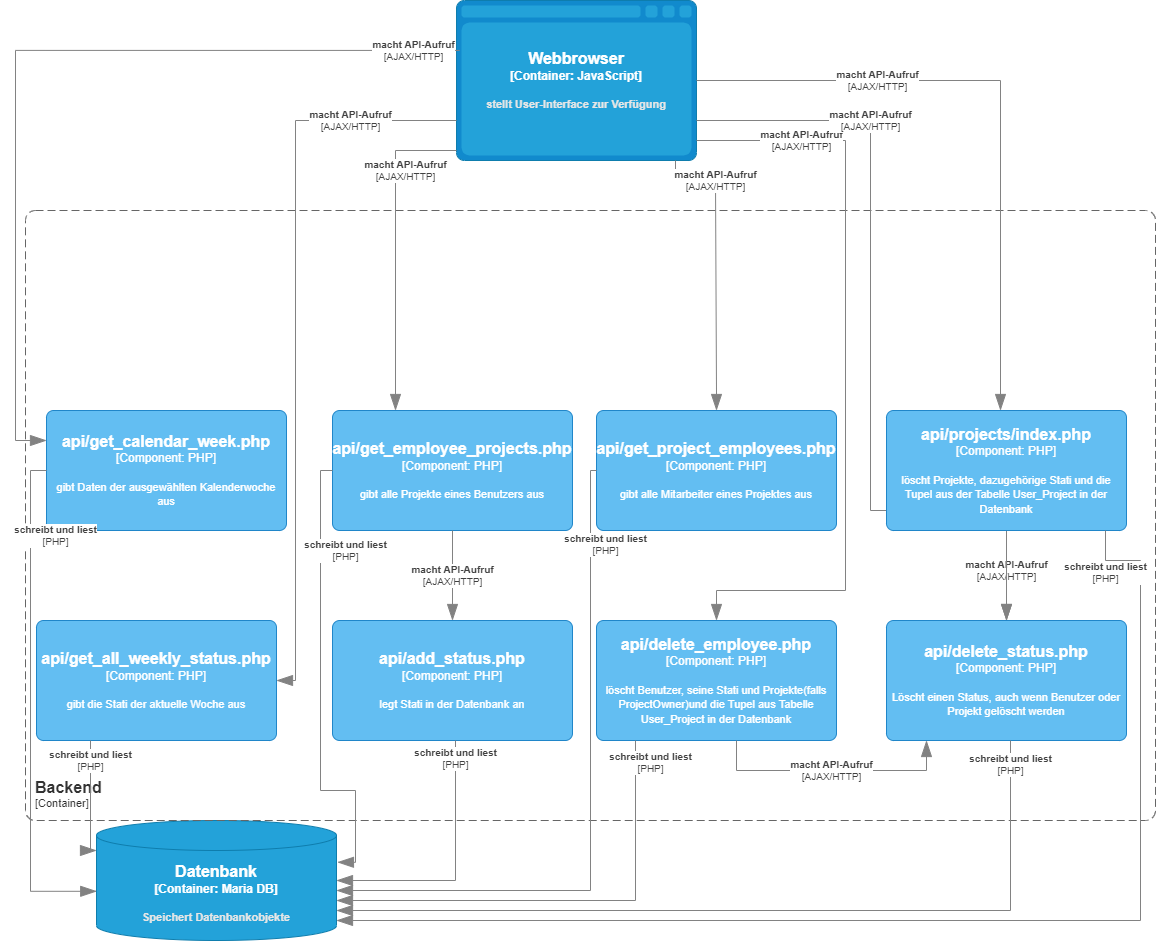
Above: docs/architecture/images/c4 3 schicht.png in PowerOfCreation/E1Ressourcenverwaltung (draw.io), before the change. Source tidied: cells renumbered, new cells last; positions are measured from the earlier drawing's top-left corner, leaving out a move shared by most shapes.
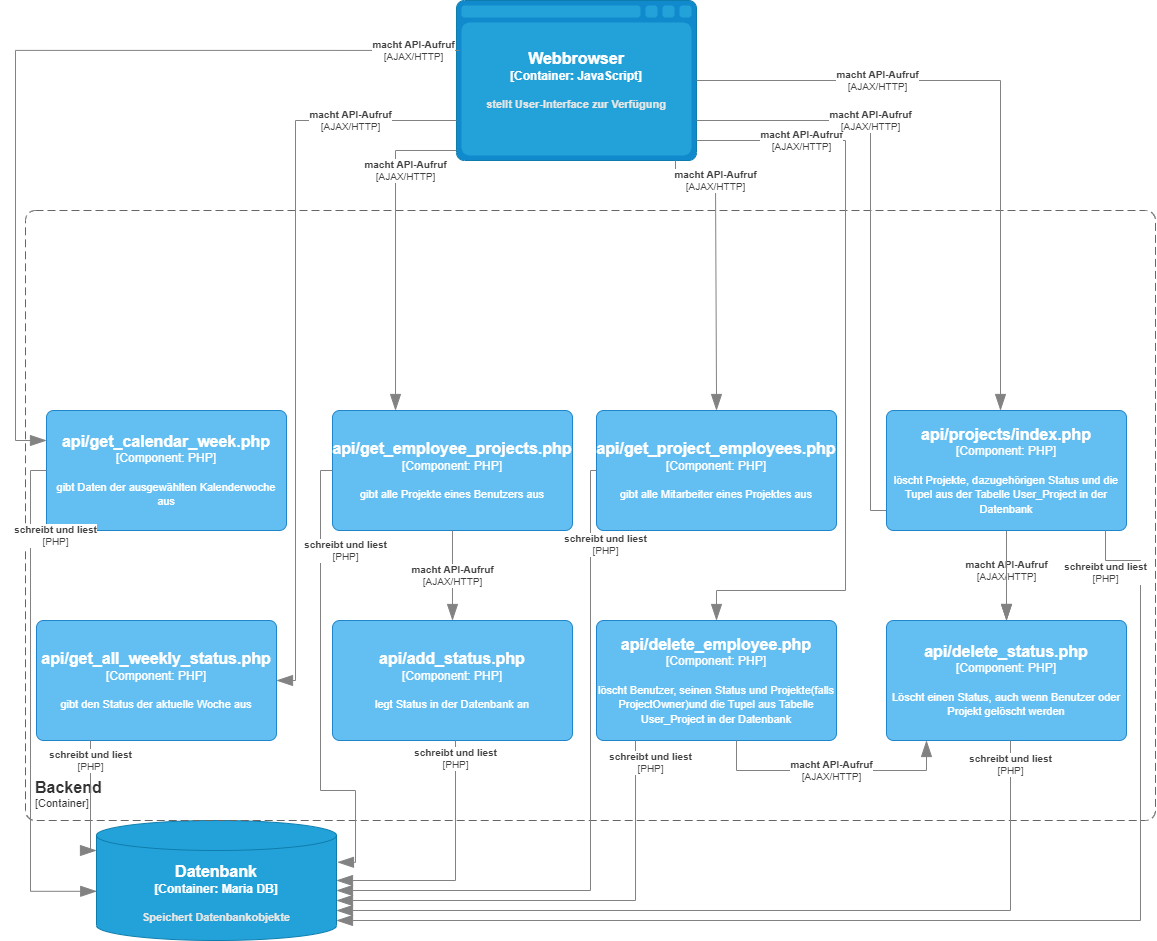
The same diagram one commit later.

Diff of the diagram source:
```diff
@@ -36,17 +36,17 @@
         <mxGeometry x="31" y="410" width="240" height="120" as="geometry" />
       </mxCell>
     </object>
-    <object id="8" label="&lt;font style=&quot;font-size: 16px&quot;&gt;&lt;b&gt;%c4Name%&lt;/b&gt;&lt;/font&gt;&lt;div&gt;[%c4Type%: %c4Technology%]&lt;/div&gt;&lt;br&gt;&lt;div&gt;&lt;font style=&quot;font-size: 11px&quot;&gt;%c4Description%&lt;/font&gt;&lt;/div&gt;" c4Description="gibt die Stati der aktuelle Woche aus" c4Name="api/get_all_weekly_status.php&#10;" c4Technology="PHP" c4Type="Component" placeholders="1">
+    <object id="8" label="&lt;font style=&quot;font-size: 16px&quot;&gt;&lt;b&gt;%c4Name%&lt;/b&gt;&lt;/font&gt;&lt;div&gt;[%c4Type%: %c4Technology%]&lt;/div&gt;&lt;br&gt;&lt;div&gt;&lt;font style=&quot;font-size: 11px&quot;&gt;%c4Description%&lt;/font&gt;&lt;/div&gt;" c4Description="gibt den Status der aktuelle Woche aus" c4Name="api/get_all_weekly_status.php&#10;" c4Technology="PHP" c4Type="Component" placeholders="1">
       <mxCell style="rounded=1;whiteSpace=wrap;html=1;labelBackgroundColor=none;fillColor=#63BEF2;fontColor=#ffffff;align=center;arcSize=6;strokeColor=#2086C9;points=[[0.25,0,0],[0.5,0,0],[0.75,0,0],[1,0.25,0],[1,0.5,0],[1,0.75,0],[0.75,1,0],[0.5,1,0],[0.25,1,0],[0,0.75,0],[0,0.5,0],[0,0.25,0]];" parent="1" vertex="1">
         <mxGeometry x="21" y="620" width="240" height="120" as="geometry" />
       </mxCell>
     </object>
-    <object id="9" label="&lt;font style=&quot;font-size: 16px&quot;&gt;&lt;b&gt;%c4Name%&lt;/b&gt;&lt;/font&gt;&lt;div&gt;[%c4Type%: %c4Technology%]&lt;/div&gt;&lt;br&gt;&lt;div&gt;&lt;font style=&quot;font-size: 11px&quot;&gt;%c4Description%&lt;/font&gt;&lt;/div&gt;" c4Description="legt Stati in der Datenbank an" c4Name="api/add_status.php" c4Technology="PHP" c4Type="Component" placeholders="1">
+    <object id="9" label="&lt;font style=&quot;font-size: 16px&quot;&gt;&lt;b&gt;%c4Name%&lt;/b&gt;&lt;/font&gt;&lt;div&gt;[%c4Type%: %c4Technology%]&lt;/div&gt;&lt;br&gt;&lt;div&gt;&lt;font style=&quot;font-size: 11px&quot;&gt;%c4Description%&lt;/font&gt;&lt;/div&gt;" c4Description="legt Status in der Datenbank an" c4Name="api/add_status.php" c4Technology="PHP" c4Type="Component" placeholders="1">
       <mxCell style="rounded=1;whiteSpace=wrap;html=1;labelBackgroundColor=none;fillColor=#63BEF2;fontColor=#ffffff;align=center;arcSize=6;strokeColor=#2086C9;points=[[0.25,0,0],[0.5,0,0],[0.75,0,0],[1,0.25,0],[1,0.5,0],[1,0.75,0],[0.75,1,0],[0.5,1,0],[0.25,1,0],[0,0.75,0],[0,0.5,0],[0,0.25,0]];" parent="1" vertex="1">
         <mxGeometry x="317" y="620" width="240" height="120" as="geometry" />
       </mxCell>
     </object>
-    <object id="10" label="&lt;font style=&quot;font-size: 16px&quot;&gt;&lt;b&gt;%c4Name%&lt;/b&gt;&lt;/font&gt;&lt;div&gt;[%c4Type%: %c4Technology%]&lt;/div&gt;&lt;br&gt;&lt;div&gt;&lt;font style=&quot;font-size: 11px&quot;&gt;%c4Description%&lt;/font&gt;&lt;/div&gt;" c4Description="löscht Benutzer, seine Stati und  Projekte(falls ProjectOwner)und die Tupel aus Tabelle User_Project in der Datenbank&#10;" c4Name="api/delete_employee.php" c4Technology="PHP" c4Type="Component" placeholders="1">
+    <object id="10" label="&lt;font style=&quot;font-size: 16px&quot;&gt;&lt;b&gt;%c4Name%&lt;/b&gt;&lt;/font&gt;&lt;div&gt;[%c4Type%: %c4Technology%]&lt;/div&gt;&lt;br&gt;&lt;div&gt;&lt;font style=&quot;font-size: 11px&quot;&gt;%c4Description%&lt;/font&gt;&lt;/div&gt;" c4Description="löscht Benutzer, seinen Status und  Projekte(falls ProjectOwner)und die Tupel aus Tabelle User_Project in der Datenbank&#10;" c4Name="api/delete_employee.php" c4Technology="PHP" c4Type="Component" placeholders="1">
       <mxCell style="rounded=1;whiteSpace=wrap;html=1;labelBackgroundColor=none;fillColor=#63BEF2;fontColor=#ffffff;align=center;arcSize=6;strokeColor=#2086C9;points=[[0.25,0,0],[0.5,0,0],[0.75,0,0],[1,0.25,0],[1,0.5,0],[1,0.75,0],[0.75,1,0],[0.5,1,0],[0.25,1,0],[0,0.75,0],[0,0.5,0],[0,0.25,0]];" parent="1" vertex="1">
         <mxGeometry x="581" y="620" width="240" height="120" as="geometry" />
       </mxCell>
@@ -139,7 +139,7 @@
         </mxGeometry>
       </mxCell>
     </object>
-    <object id="21" label="&lt;font style=&quot;font-size: 16px&quot;&gt;&lt;b&gt;%c4Name%&lt;/b&gt;&lt;/font&gt;&lt;div&gt;[%c4Type%: %c4Technology%]&lt;/div&gt;&lt;br&gt;&lt;div&gt;&lt;font style=&quot;font-size: 11px&quot;&gt;%c4Description%&lt;/font&gt;&lt;/div&gt;" c4Description="löscht Projekte, dazugehörige Stati und die Tupel aus der Tabelle User_Project in der Datenbank" c4Name="api/projects/index.php" c4Technology="PHP" c4Type="Component" placeholders="1">
+    <object id="21" label="&lt;font style=&quot;font-size: 16px&quot;&gt;&lt;b&gt;%c4Name%&lt;/b&gt;&lt;/font&gt;&lt;div&gt;[%c4Type%: %c4Technology%]&lt;/div&gt;&lt;br&gt;&lt;div&gt;&lt;font style=&quot;font-size: 11px&quot;&gt;%c4Description%&lt;/font&gt;&lt;/div&gt;" c4Description="löscht Projekte, dazugehörigen Status und die Tupel aus der Tabelle User_Project in der Datenbank" c4Name="api/projects/index.php" c4Technology="PHP" c4Type="Component" placeholders="1">
       <mxCell style="rounded=1;whiteSpace=wrap;html=1;labelBackgroundColor=none;fillColor=#63BEF2;fontColor=#ffffff;align=center;arcSize=6;strokeColor=#2086C9;points=[[0.25,0,0],[0.5,0,0],[0.75,0,0],[1,0.25,0],[1,0.5,0],[1,0.75,0],[0.75,1,0],[0.5,1,0],[0.25,1,0],[0,0.75,0],[0,0.5,0],[0,0.25,0]];" parent="1" vertex="1">
         <mxGeometry x="871" y="410" width="240" height="120" as="geometry" />
       </mxCell>
```
